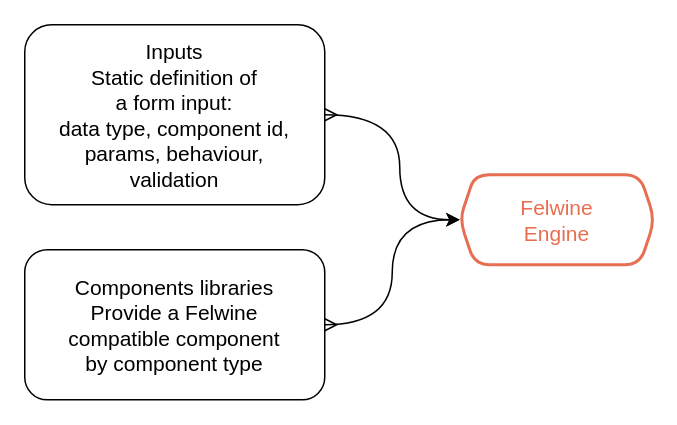
notifiles/documentation keeps this draw.io diagram as static/diagrams/source/architecure_features_models.drawio. Above is the earlier version. Source tidied: cells renumbered, new cells numbered last; positions are measured from the earlier drawing's top-left corner, leaving out a move shared by most shapes. Both pictures are drawn from the tidied source at 150%, with x=0, y=0 at pixel (24, 24).
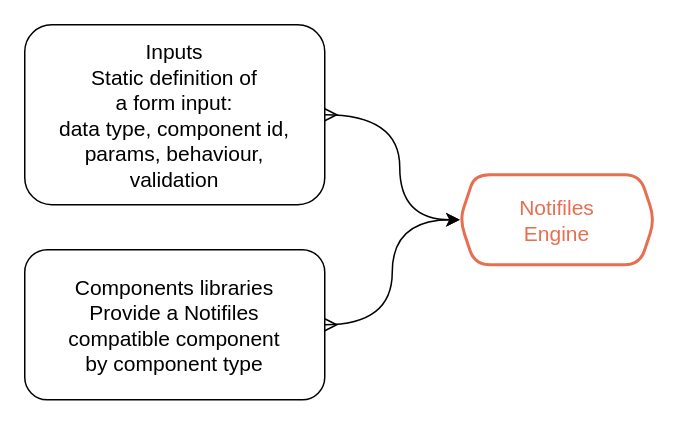
Above is the later version.

Diff of the diagram source:
```diff
@@
 <mxGraphModel>
   <root>
     <mxCell id="0" />
     <mxCell id="1" parent="0" />
     <mxCell id="2" value="Inputs &#10;Static definition of &#10;a form input:&#10;data type, component id, &#10;params, behaviour, &#10;validation" style="rounded=1;fontFamily=Space Grotesk;fontSize=14;align=center;" parent="1" vertex="1">
       <mxGeometry width="200" height="120" as="geometry" />
     </mxCell>
-    <mxCell id="3" value="Felwine&#10;Engine" style="shape=hexagon;perimeter=hexagonPerimeter2;fixedSize=1;rounded=1;size=10;fontFamily=Space Grotesk;fontStyle=0;strokeColor=#e76f51;strokeWidth=2;fontColor=#E76F51;fontSize=14;" parent="1" vertex="1">
+    <mxCell id="3" value="Notifiles&#10;Engine" style="shape=hexagon;perimeter=hexagonPerimeter2;fixedSize=1;rounded=1;size=10;fontFamily=Space Grotesk;fontStyle=0;strokeColor=#e76f51;strokeWidth=2;fontColor=#E76F51;fontSize=14;" parent="1" vertex="1">
       <mxGeometry x="290" y="100" width="130" height="60" as="geometry" />
     </mxCell>
     <mxCell id="4" style="edgeStyle=orthogonalEdgeStyle;rounded=0;jettySize=auto;html=1;entryX=0;entryY=0.5;entryDx=0;entryDy=0;startArrow=ERmany;startFill=0;curved=1;exitX=1;exitY=0.5;exitDx=0;exitDy=0;" parent="1" edge="1" source="2" target="3">
       <mxGeometry relative="1" as="geometry">
         <Array as="points">
           <mxPoint x="250" y="60" />
           <mxPoint x="250" y="130" />
         </Array>
       </mxGeometry>
     </mxCell>
     <mxCell id="5" style="edgeStyle=orthogonalEdgeStyle;rounded=0;jettySize=auto;html=1;entryX=0;entryY=0.5;entryDx=0;entryDy=0;curved=1;startArrow=ERmany;startFill=0;" parent="1" edge="1" source="6" target="3">
       <mxGeometry relative="1" as="geometry" />
     </mxCell>
-    <mxCell id="6" value="Components libraries&#10;Provide a Felwine &#10;compatible component &#10;by component type" style="rounded=1;fontFamily=Space Grotesk;fontSize=14;align=center;" parent="1" vertex="1">
+    <mxCell id="6" value="Components libraries&#10;Provide a Notifiles &#10;compatible component &#10;by component type" style="rounded=1;fontFamily=Space Grotesk;fontSize=14;align=center;" parent="1" vertex="1">
       <mxGeometry y="150" width="200" height="100" as="geometry" />
     </mxCell>
   </root>
 </mxGraphModel>
```
